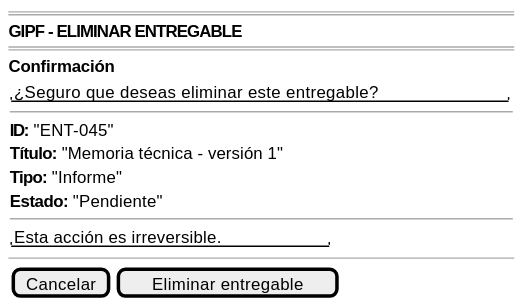
Above: images/RUP/00-casos-uso/02-detalle/investigador/eliminarEntregable/eliminarEntregable-wireframe.svg in beatriizorozco/25-26-idsw2-sdVC (PlantUML), before the change. Its diagram source:
```plantuml
@startsalt eliminarEntregable-wireframe
{
    ====
    <b>GIPF - ELIMINAR ENTREGABLE</b>
    ====

    <b>Confirmación</b>
    {
        "¿Seguro que deseas eliminar este entregable?"

        --
        <b>ID:</b> "ENT-045"
        <b>Título:</b> "Memoria técnica - versión 1"
        <b>Tipo:</b> "Informe"
        <b>Estado:</b> "Pendiente"

        --
        "Esta acción es irreversible."
    }

    --

    { [Cancelar] | [Eliminar entregable] }
}
@endsalt
```
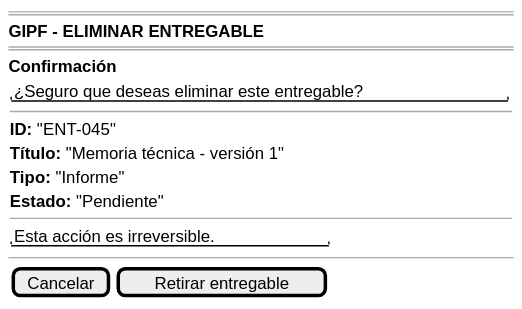
After the change.

What changed in the source:
```diff
@@ -20,6 +20,6 @@
 
     --
 
-    { [Cancelar] | [Eliminar entregable] }
+    { [Cancelar] | [Retirar entregable] }
 }
 @endsalt
```
